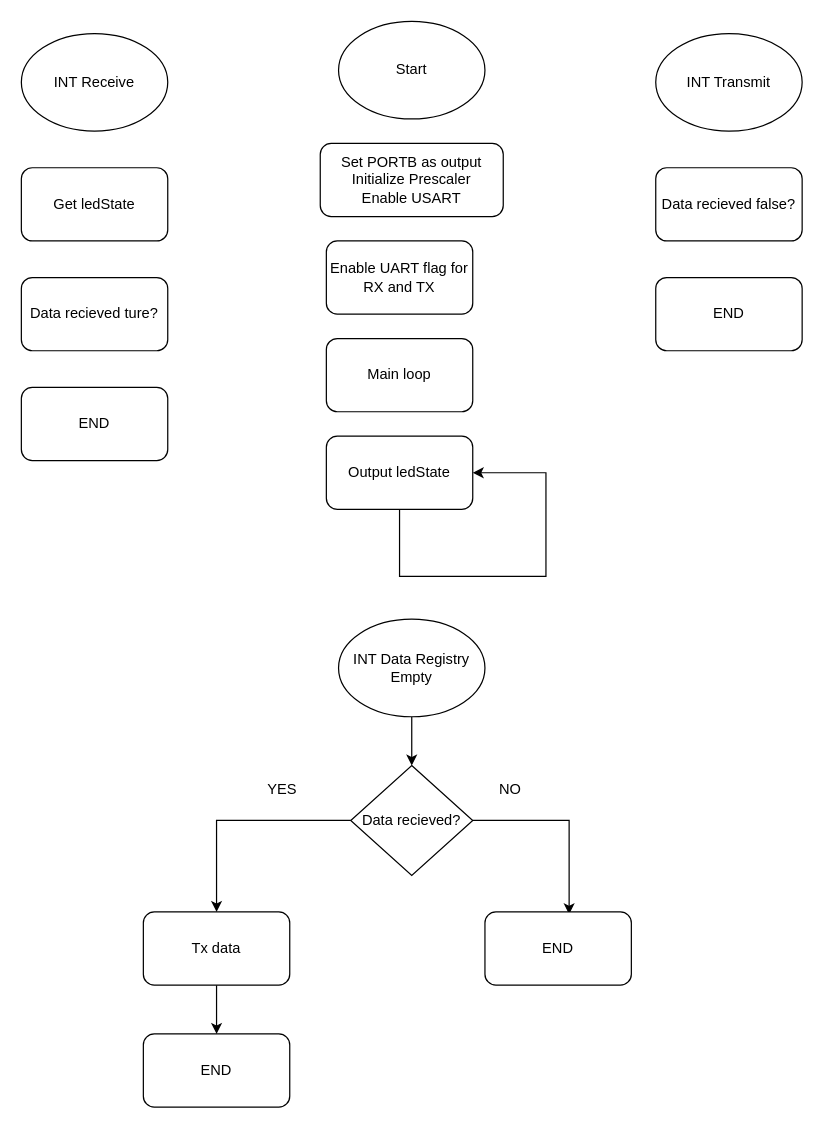
Above: Lab 4/Flowcharts/source/5 flowchart.drawio in samahDD/1DT301-2 (draw.io), before the change. Source tidied: cells renumbered, new cells numbered last; positions are measured from the earlier drawing's top-left corner, leaving out a move shared by most shapes. Both pictures are drawn from the tidied source at 122%, with x=0, y=0 at pixel (21, 21).
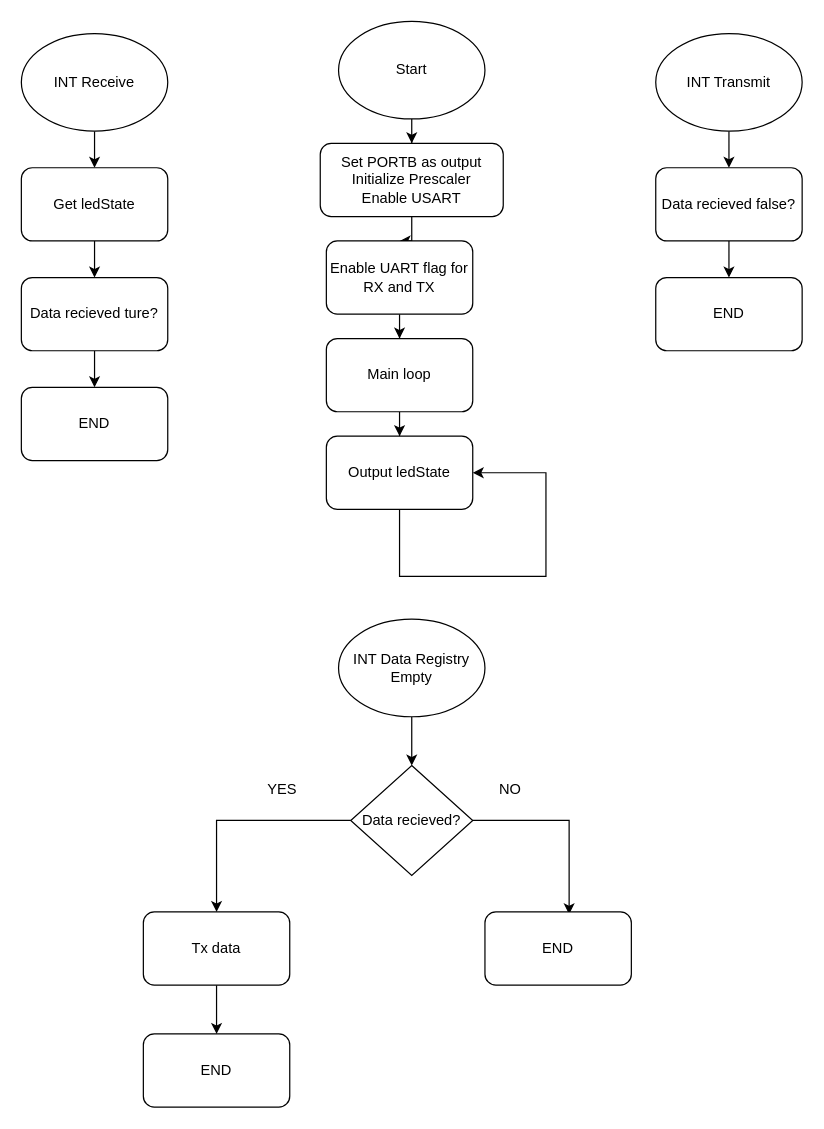
Above is the later version.

Commit message (it also covers changes not shown here):
lab 6 task 4 flowchart

The change refers to these unchanged cells:
```xml
<mxCell id="2" value="Start" style="ellipse;whiteSpace=wrap;html=1;" parent="1" vertex="1">
  <mxGeometry x="260" width="120" height="80" as="geometry" />
</mxCell>
<mxCell id="3" value="Set PORTB as output&lt;br&gt;Initialize Prescaler&lt;br&gt;Enable USART" style="rounded=1;whiteSpace=wrap;html=1;" parent="1" vertex="1">
  <mxGeometry x="245" y="100" width="150" height="60" as="geometry" />
</mxCell>
<mxCell id="4" value="Enable UART flag for RX and TX" style="rounded=1;whiteSpace=wrap;html=1;" parent="1" vertex="1">
  <mxGeometry x="250" y="180" width="120" height="60" as="geometry" />
</mxCell>
<mxCell id="5" value="Main loop" style="rounded=1;whiteSpace=wrap;html=1;" parent="1" vertex="1">
  <mxGeometry x="250" y="260" width="120" height="60" as="geometry" />
</mxCell>
<mxCell id="7" value="Output ledState" style="rounded=1;whiteSpace=wrap;html=1;" parent="1" vertex="1">
  <mxGeometry x="250" y="340" width="120" height="60" as="geometry" />
</mxCell>
<mxCell id="8" value="INT Receive" style="ellipse;whiteSpace=wrap;html=1;" parent="1" vertex="1">
  <mxGeometry y="10" width="120" height="80" as="geometry" />
</mxCell>
<mxCell id="11" value="INT Transmit" style="ellipse;whiteSpace=wrap;html=1;" parent="1" vertex="1">
  <mxGeometry x="520" y="10" width="120" height="80" as="geometry" />
</mxCell>
<mxCell id="12" value="Get ledState" style="rounded=1;whiteSpace=wrap;html=1;" parent="1" vertex="1">
  <mxGeometry y="120" width="120" height="60" as="geometry" />
</mxCell>
<mxCell id="13" value="Data recieved ture?" style="rounded=1;whiteSpace=wrap;html=1;" parent="1" vertex="1">
  <mxGeometry y="210" width="120" height="60" as="geometry" />
</mxCell>
<mxCell id="14" value="END" style="rounded=1;whiteSpace=wrap;html=1;" parent="1" vertex="1">
  <mxGeometry y="300" width="120" height="60" as="geometry" />
</mxCell>
<mxCell id="15" value="Data recieved false?" style="rounded=1;whiteSpace=wrap;html=1;" parent="1" vertex="1">
  <mxGeometry x="520" y="120" width="120" height="60" as="geometry" />
</mxCell>
<mxCell id="16" value="END" style="rounded=1;whiteSpace=wrap;html=1;" parent="1" vertex="1">
  <mxGeometry x="520" y="210" width="120" height="60" as="geometry" />
</mxCell>
```

Diff of the diagram source:
```diff
@@
+    <mxCell id="26" style="edgeStyle=orthogonalEdgeStyle;rounded=0;jettySize=auto;html=1;" parent="1" edge="1" source="2" target="3">
+      <mxGeometry relative="1" as="geometry" />
+    </mxCell>
@@
+    <mxCell id="27" style="edgeStyle=orthogonalEdgeStyle;rounded=0;jettySize=auto;html=1;" parent="1" edge="1" source="3" target="4">
+      <mxGeometry relative="1" as="geometry" />
+    </mxCell>
@@
+    <mxCell id="28" style="edgeStyle=orthogonalEdgeStyle;rounded=0;jettySize=auto;html=1;" parent="1" edge="1" source="4" target="5">
+      <mxGeometry relative="1" as="geometry" />
+    </mxCell>
@@
+    <mxCell id="29" style="edgeStyle=orthogonalEdgeStyle;rounded=0;jettySize=auto;html=1;" parent="1" edge="1" source="5" target="7">
+      <mxGeometry relative="1" as="geometry" />
+    </mxCell>
@@
+    <mxCell id="30" style="edgeStyle=orthogonalEdgeStyle;rounded=0;jettySize=auto;html=1;" parent="1" edge="1" source="8" target="12">
+      <mxGeometry relative="1" as="geometry" />
+    </mxCell>
@@
+    <mxCell id="31" style="edgeStyle=orthogonalEdgeStyle;rounded=0;jettySize=auto;html=1;" parent="1" edge="1" source="11" target="15">
+      <mxGeometry relative="1" as="geometry" />
+    </mxCell>
@@
+    <mxCell id="32" style="edgeStyle=orthogonalEdgeStyle;rounded=0;jettySize=auto;html=1;" parent="1" edge="1" source="12" target="13">
+      <mxGeometry relative="1" as="geometry" />
+    </mxCell>
@@
+    <mxCell id="33" style="edgeStyle=orthogonalEdgeStyle;rounded=0;jettySize=auto;html=1;" parent="1" edge="1" source="13" target="14">
+      <mxGeometry relative="1" as="geometry" />
+    </mxCell>
@@
+    <mxCell id="34" style="edgeStyle=orthogonalEdgeStyle;rounded=0;jettySize=auto;html=1;" parent="1" edge="1" source="15" target="16">
+      <mxGeometry relative="1" as="geometry" />
+    </mxCell>
```
